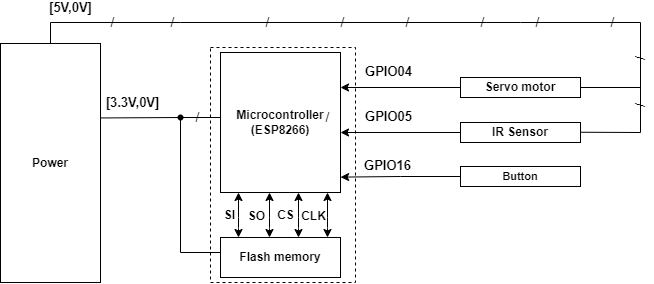
The draw.io diagram image/Diagram/device-diagram.drawio.png in nhthai173/fish-feeder, before a commit. Source tidied: cells renumbered, new cells last; positions are measured from the earlier drawing's top-left corner, leaving out a move shared by most shapes.
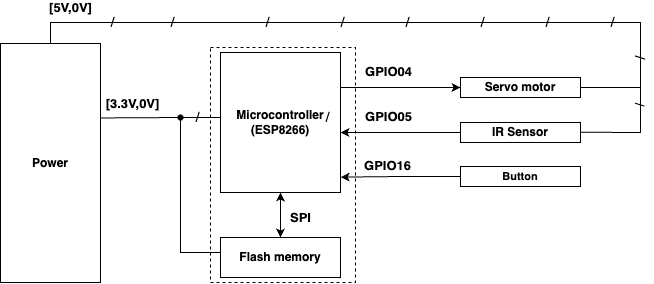
Later version of the same file.

The edit, as a diff of the source:
```diff
@@ -81,66 +81,14 @@
     <mxCell id="20" value="Flash memory" style="rounded=0;whiteSpace=wrap;html=1;fontStyle=1;" parent="17" vertex="1">
       <mxGeometry x="10" y="190" width="120" height="40" as="geometry" />
     </mxCell>
-    <mxCell id="21" style="endArrow=classic;startArrow=classic;html=1;entryX=0.5;entryY=1;entryDx=0;entryDy=0;exitX=0.5;exitY=0;exitDx=0;exitDy=0;" parent="17" edge="1">
-      <mxGeometry relative="1" as="geometry">
-        <mxPoint x="88" y="190" as="sourcePoint" />
-        <mxPoint x="88" y="145" as="targetPoint" />
-        <Array as="points">
-          <mxPoint x="88" y="185" />
-          <mxPoint x="88" y="180" />
-        </Array>
-      </mxGeometry>
-    </mxCell>
-    <mxCell id="22" value="&lt;b style=&quot;font-size: 12px;&quot;&gt;CS&lt;/b&gt;" style="edgeLabel;html=1;align=center;verticalAlign=middle;fontSize=12;" parent="21" vertex="1">
-      <mxGeometry x="-0.05" relative="1" as="geometry">
-        <mxPoint x="-13" y="-1" as="offset" />
-      </mxGeometry>
-    </mxCell>
-    <mxCell id="23" style="endArrow=classic;startArrow=classic;html=1;entryX=0.5;entryY=1;entryDx=0;entryDy=0;exitX=0.5;exitY=0;exitDx=0;exitDy=0;" parent="17" edge="1">
-      <mxGeometry relative="1" as="geometry">
-        <mxPoint x="117" y="190" as="sourcePoint" />
-        <mxPoint x="117" y="145" as="targetPoint" />
-        <Array as="points">
-          <mxPoint x="117" y="185" />
-          <mxPoint x="117" y="180" />
-        </Array>
-      </mxGeometry>
-    </mxCell>
-    <mxCell id="24" value="&lt;b style=&quot;font-size: 12px;&quot;&gt;CLK&lt;/b&gt;" style="edgeLabel;html=1;align=center;verticalAlign=middle;fontSize=12;" parent="23" vertex="1">
-      <mxGeometry x="-0.05" y="1" relative="1" as="geometry">
-        <mxPoint x="-13" as="offset" />
-      </mxGeometry>
-    </mxCell>
-    <mxCell id="25" style="endArrow=classic;startArrow=classic;html=1;entryX=0.5;entryY=1;entryDx=0;entryDy=0;exitX=0.5;exitY=0;exitDx=0;exitDy=0;" parent="17" edge="1">
-      <mxGeometry relative="1" as="geometry">
-        <mxPoint x="28" y="190" as="sourcePoint" />
-        <mxPoint x="28" y="145" as="targetPoint" />
-        <Array as="points">
-          <mxPoint x="28" y="185" />
-          <mxPoint x="28" y="180" />
-        </Array>
-      </mxGeometry>
-    </mxCell>
-    <mxCell id="26" value="&lt;b style=&quot;font-size: 12px;&quot;&gt;SI&lt;/b&gt;" style="edgeLabel;html=1;align=center;verticalAlign=middle;fontSize=12;" parent="25" vertex="1">
-      <mxGeometry x="-0.02" relative="1" as="geometry">
-        <mxPoint x="-9" as="offset" />
-      </mxGeometry>
-    </mxCell>
-    <mxCell id="27" style="endArrow=classic;startArrow=classic;html=1;entryX=0.5;entryY=1;entryDx=0;entryDy=0;exitX=0.5;exitY=0;exitDx=0;exitDy=0;" parent="17" edge="1">
-      <mxGeometry relative="1" as="geometry">
-        <mxPoint x="59" y="190" as="sourcePoint" />
-        <mxPoint x="59" y="145" as="targetPoint" />
-        <Array as="points">
-          <mxPoint x="59" y="185" />
-          <mxPoint x="59" y="180" />
-        </Array>
-      </mxGeometry>
-    </mxCell>
-    <mxCell id="28" value="&lt;b style=&quot;font-size: 12px;&quot;&gt;SO&lt;/b&gt;" style="edgeLabel;html=1;align=center;verticalAlign=middle;fontSize=12;" parent="27" vertex="1">
-      <mxGeometry x="0.04" y="-1" relative="1" as="geometry">
-        <mxPoint x="-14" y="2" as="offset" />
-      </mxGeometry>
-    </mxCell>
+    <mxCell id="45" style="endArrow=classic;startArrow=classic;html=1;exitX=0.5;exitY=0;exitDx=0;exitDy=0;" parent="17" edge="1" source="20" target="19">
+      <mxGeometry relative="1" as="geometry" />
+    </mxCell>
+    <mxCell id="46" value="SPI" style="edgeLabel;html=1;align=center;verticalAlign=middle;fontStyle=1;fontSize=13;" parent="45" vertex="1">
+      <mxGeometry x="0.2" y="-1" relative="1" as="geometry">
+        <mxPoint x="19" y="7" as="offset" />
+      </mxGeometry>
+    </mxCell>
     <mxCell id="29" style="endArrow=none;html=1;exitDx=0;exitDy=0;entryX=-0.001;entryY=0.786;entryDx=0;entryDy=0;entryPerimeter=0;startArrow=none;" parent="1" edge="1" source="32">
       <mxGeometry relative="1" as="geometry">
         <mxPoint x="219.9" y="105" as="targetPoint" />
@@ -182,7 +130,7 @@
       <mxGeometry x="605" width="15" height="20" as="geometry" />
     </mxCell>
     <mxCell id="39" value="/" style="text;strokeColor=none;align=center;fillColor=none;html=1;verticalAlign=middle;whiteSpace=wrap;rounded=0;dashed=1;fontSize=14;" parent="1" vertex="1">
-      <mxGeometry x="530" width="15" height="20" as="geometry" />
+      <mxGeometry x="540" width="15" height="20" as="geometry" />
     </mxCell>
     <mxCell id="40" value="/" style="text;strokeColor=none;align=center;fillColor=none;html=1;verticalAlign=middle;whiteSpace=wrap;rounded=0;dashed=1;fontSize=14;" parent="1" vertex="1">
       <mxGeometry x="320" y="95" width="15" height="20" as="geometry" />
@@ -193,7 +141,7 @@
     <mxCell id="42" value="/" style="text;strokeColor=none;align=center;fillColor=none;html=1;verticalAlign=middle;whiteSpace=wrap;rounded=0;dashed=1;fontSize=13;rotation=90;" parent="1" vertex="1">
       <mxGeometry x="632.9" y="80" width="15" height="25" as="geometry" />
     </mxCell>
-    <mxCell id="43" style="edgeStyle=none;html=1;entryX=1;entryY=0.25;entryDx=0;entryDy=0;fontSize=14;" parent="1" edge="1">
+    <mxCell id="43" style="edgeStyle=none;html=1;entryX=1;entryY=0.25;entryDx=0;entryDy=0;fontSize=14;startArrow=classic;startFill=1;endArrow=none;endFill=0;" parent="1" edge="1">
       <mxGeometry relative="1" as="geometry">
         <mxPoint x="460" y="75" as="sourcePoint" />
         <mxPoint x="340" y="75" as="targetPoint" />
```
